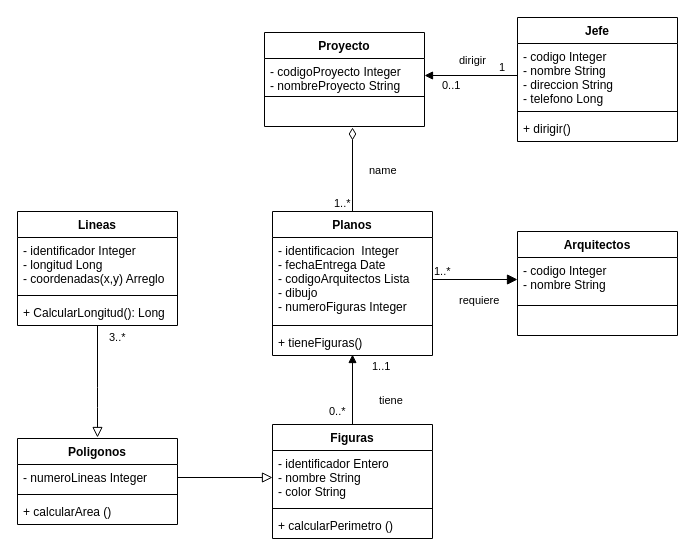
Earlier version of the draw.io diagram Proyecto_Estudio_Arquitectura.drawio (Luz-Gomez/Programacion_C2_Grupo48_Clase05). Source tidied: cells renumbered, new cells numbered last; positions are measured from the earlier drawing's top-left corner, leaving out a move shared by most shapes. Both pictures are drawn from the tidied source at 100%, with x=0, y=0 at pixel (17, 17).
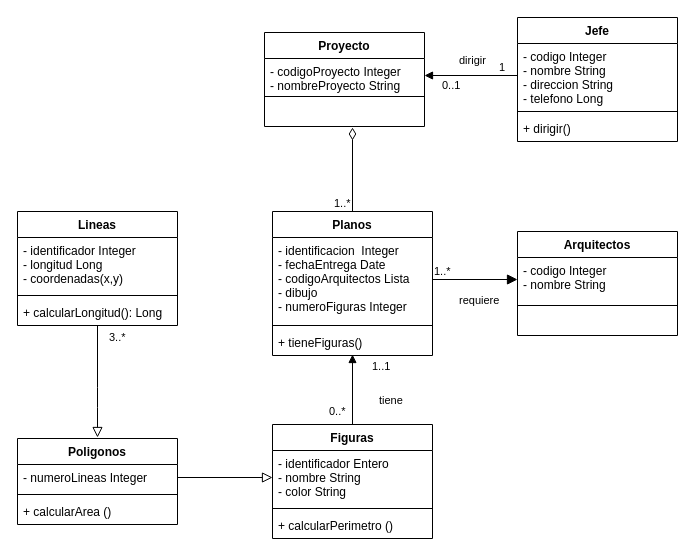
The same page after the edit.

Unchanged cells that the change refers to:
```xml
<mxCell id="9" value="  &#10;" style="text;strokeColor=none;fillColor=none;align=left;verticalAlign=top;spacingLeft=4;spacingRight=4;overflow=hidden;points=[[0,0.5],[1,0.5]];portConstraint=eastwest;" parent="6" vertex="1">
  <mxGeometry y="68" width="160" height="26" as="geometry" />
</mxCell>
<mxCell id="10" value="Planos" style="swimlane;fontStyle=1;align=center;verticalAlign=top;horizontal=1;startSize=26;" parent="1" vertex="1">
  <mxGeometry x="255" y="194" width="160" height="144" as="geometry" />
</mxCell>
<mxCell id="22" value="Lineas" style="swimlane;fontStyle=1;align=center;verticalAlign=top;horizontal=1;startSize=26;" parent="1" vertex="1">
  <mxGeometry y="194" width="160" height="114" as="geometry" />
</mxCell>
```

Diff of the diagram source:
```diff
@@
-    <mxCell id="23" value="- identificador Integer&#10;- longitud Long&#10;- coordenadas(x,y) Arreglo&#10;" style="text;strokeColor=none;fillColor=none;align=left;verticalAlign=top;spacingLeft=4;spacingRight=4;overflow=hidden;" parent="22" vertex="1">
+    <mxCell id="23" value="- identificador Integer&#10;- longitud Long&#10;- coordenadas(x,y) &#10;" style="text;strokeColor=none;fillColor=none;align=left;verticalAlign=top;spacingLeft=4;spacingRight=4;overflow=hidden;" parent="22" vertex="1">
       <mxGeometry y="26" width="160" height="54" as="geometry" />
     </mxCell>
@@
-    <mxCell id="25" value="+ CalcularLongitud(): Long" style="text;strokeColor=none;fillColor=none;align=left;verticalAlign=top;spacingLeft=4;spacingRight=4;overflow=hidden;points=[[0,0.5],[1,0.5]];portConstraint=eastwest;" parent="22" vertex="1">
+    <mxCell id="25" value="+ calcularLongitud(): Long" style="text;strokeColor=none;fillColor=none;align=left;verticalAlign=top;spacingLeft=4;spacingRight=4;overflow=hidden;points=[[0,0.5],[1,0.5]];portConstraint=eastwest;" parent="22" vertex="1">
       <mxGeometry y="88" width="160" height="26" as="geometry" />
     </mxCell>
@@
-    <mxCell id="33" value="name" style="endArrow=diamondThin;endFill=0;html=1;edgeStyle=orthogonalEdgeStyle;align=left;verticalAlign=top;exitX=0.5;exitY=0;exitDx=0;exitDy=0;entryX=0.55;entryY=1.038;entryDx=0;entryDy=0;entryPerimeter=0;strokeWidth=1;endSize=10;" parent="1" edge="1" source="10" target="9">
+    <mxCell id="33" style="endArrow=diamondThin;endFill=0;html=1;edgeStyle=orthogonalEdgeStyle;align=left;verticalAlign=top;exitX=0.5;exitY=0;exitDx=0;exitDy=0;entryX=0.55;entryY=1.038;entryDx=0;entryDy=0;entryPerimeter=0;strokeWidth=1;endSize=10;" parent="1" edge="1" source="10" target="9">
       <mxGeometry x="0.29" y="-15" relative="1" as="geometry" />
     </mxCell>
```
